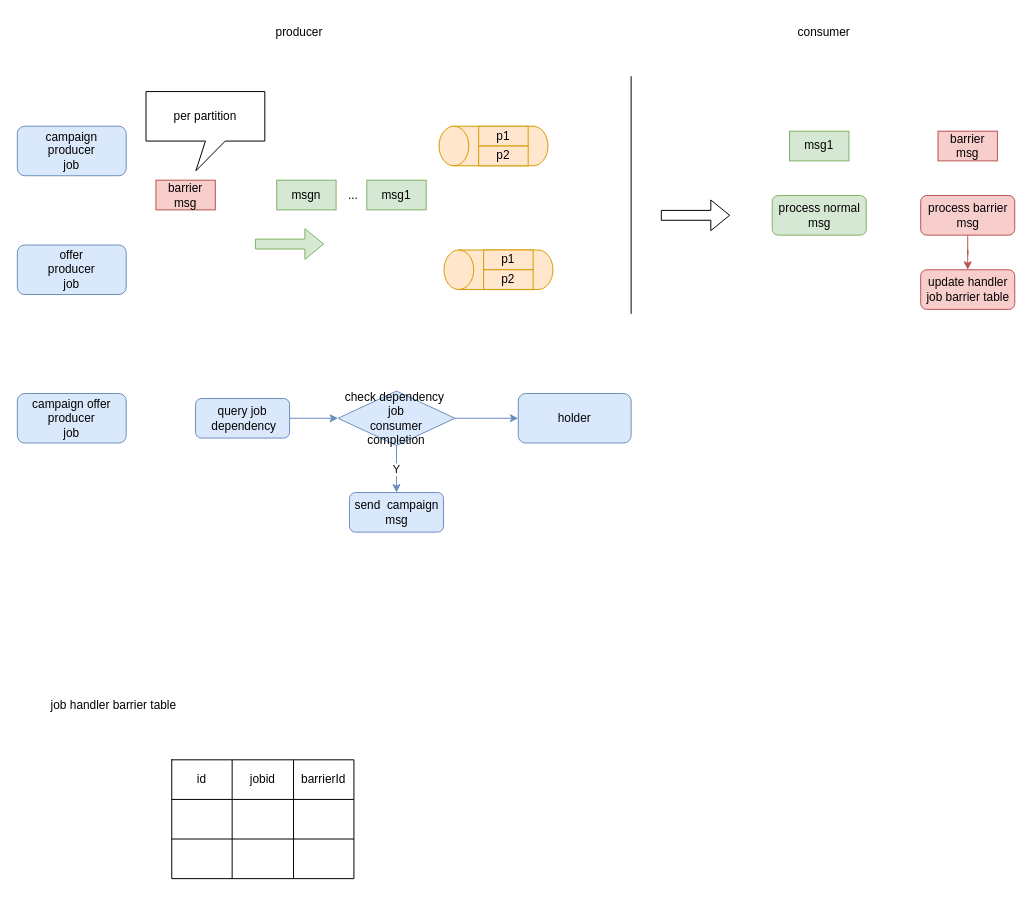
Before: techlab/handler dependency.drawio in qiufang1314/drawio, a draw.io diagram. Source tidied: cells renumbered, new cells numbered last; positions are measured from the earlier drawing's top-left corner, leaving out a move shared by most shapes. Both pictures are drawn from the tidied source at 99%, with x=0, y=0 at pixel (17, 17).
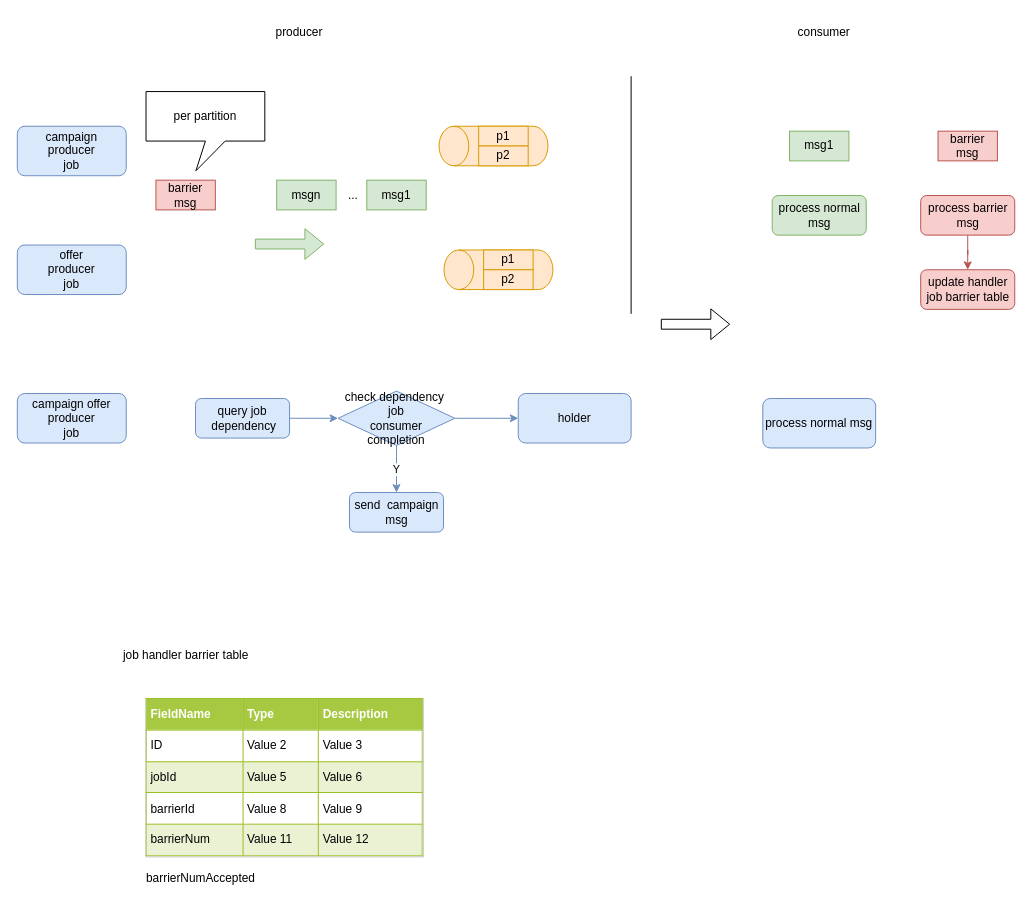
The same page after the edit.

The edit, as a diff of the source:
```diff
@@
     <mxCell id="19" style="shape=flexArrow;endArrow=classic;html=1;rounded=0;" parent="1" edge="1">
       <mxGeometry relative="1" as="geometry">
-        <mxPoint x="650" y="200" as="sourcePoint" />
-        <mxPoint x="720" y="200" as="targetPoint" />
+        <mxPoint x="650" y="310" as="sourcePoint" />
+        <mxPoint x="720" y="310" as="targetPoint" />
       </mxGeometry>
     </mxCell>
@@
     <mxCell id="34" value="job handler barrier table" style="text;html=1;strokeColor=none;fillColor=none;align=center;verticalAlign=middle;whiteSpace=wrap;rounded=0;" parent="1" vertex="1">
-      <mxGeometry x="25" y="680" width="145" height="30" as="geometry" />
+      <mxGeometry x="97.5" y="630" width="145" height="30" as="geometry" />
     </mxCell>
-    <mxCell id="35" style="shape=table;html=1;whiteSpace=wrap;startSize=0;childLayout=tableLayout;" parent="1" vertex="1">
-      <mxGeometry x="156" y="750" width="184" height="120" as="geometry" />
-    </mxCell>
-    <mxCell id="36" style="shape=tableRow;horizontal=0;startSize=0;swimlaneHead=0;swimlaneBody=0;top=0;left=0;bottom=0;right=0;fillColor=none;" parent="35" vertex="1">
-      <mxGeometry width="184" height="40" as="geometry" />
-    </mxCell>
-    <mxCell id="37" value="id" style="shape=partialRectangle;html=1;whiteSpace=wrap;fillColor=none;top=0;left=0;bottom=0;right=0;overflow=hidden;" parent="36" vertex="1">
-      <mxGeometry width="61" height="40" as="geometry" />
-    </mxCell>
-    <mxCell id="38" value="jobid" style="shape=partialRectangle;html=1;whiteSpace=wrap;fillColor=none;top=0;left=0;bottom=0;right=0;overflow=hidden;" parent="36" vertex="1">
-      <mxGeometry x="61" width="62" height="40" as="geometry" />
-    </mxCell>
-    <mxCell id="39" value="barrierId" style="shape=partialRectangle;html=1;whiteSpace=wrap;fillColor=none;top=0;left=0;bottom=0;right=0;overflow=hidden;" parent="36" vertex="1">
-      <mxGeometry x="123" width="61" height="40" as="geometry" />
-    </mxCell>
-    <mxCell id="40" style="shape=tableRow;horizontal=0;startSize=0;swimlaneHead=0;swimlaneBody=0;top=0;left=0;bottom=0;right=0;fillColor=none;" parent="35" vertex="1">
-      <mxGeometry y="40" width="184" height="40" as="geometry" />
-    </mxCell>
-    <mxCell id="41" style="shape=partialRectangle;html=1;whiteSpace=wrap;fillColor=none;top=0;left=0;bottom=0;right=0;overflow=hidden;" parent="40" vertex="1">
-      <mxGeometry width="61" height="40" as="geometry" />
-    </mxCell>
-    <mxCell id="42" style="shape=partialRectangle;html=1;whiteSpace=wrap;fillColor=none;top=0;left=0;bottom=0;right=0;overflow=hidden;" parent="40" vertex="1">
-      <mxGeometry x="61" width="62" height="40" as="geometry" />
-    </mxCell>
-    <mxCell id="43" style="shape=partialRectangle;html=1;whiteSpace=wrap;fillColor=none;top=0;left=0;bottom=0;right=0;overflow=hidden;" parent="40" vertex="1">
-      <mxGeometry x="123" width="61" height="40" as="geometry" />
-    </mxCell>
-    <mxCell id="44" style="shape=tableRow;horizontal=0;startSize=0;swimlaneHead=0;swimlaneBody=0;top=0;left=0;bottom=0;right=0;fillColor=none;" parent="35" vertex="1">
-      <mxGeometry y="80" width="184" height="40" as="geometry" />
-    </mxCell>
-    <mxCell id="45" style="shape=partialRectangle;html=1;whiteSpace=wrap;fillColor=none;top=0;left=0;bottom=0;right=0;overflow=hidden;" parent="44" vertex="1">
-      <mxGeometry width="61" height="40" as="geometry" />
-    </mxCell>
-    <mxCell id="46" style="shape=partialRectangle;html=1;whiteSpace=wrap;fillColor=none;top=0;left=0;bottom=0;right=0;overflow=hidden;" parent="44" vertex="1">
-      <mxGeometry x="61" width="62" height="40" as="geometry" />
-    </mxCell>
-    <mxCell id="47" style="shape=partialRectangle;html=1;whiteSpace=wrap;fillColor=none;top=0;left=0;bottom=0;right=0;overflow=hidden;" parent="44" vertex="1">
-      <mxGeometry x="123" width="61" height="40" as="geometry" />
-    </mxCell>
+    <mxCell id="48" value="&lt;table border=&quot;1&quot; width=&quot;100%&quot; height=&quot;100%&quot; cellpadding=&quot;4&quot; style=&quot;width:100%;height:100%;border-collapse:collapse;&quot;&gt;&lt;tbody&gt;&lt;tr style=&quot;background-color:#A7C942;color:#ffffff;border:1px solid #98bf21;&quot;&gt;&lt;th align=&quot;left&quot;&gt;FieldName&lt;/th&gt;&lt;th align=&quot;left&quot;&gt;Type&lt;/th&gt;&lt;th align=&quot;left&quot;&gt;Description&lt;/th&gt;&lt;/tr&gt;&lt;tr style=&quot;border:1px solid #98bf21;&quot;&gt;&lt;td&gt;ID&lt;/td&gt;&lt;td&gt;Value 2&lt;/td&gt;&lt;td&gt;Value 3&lt;/td&gt;&lt;/tr&gt;&lt;tr style=&quot;background-color:#EAF2D3;border:1px solid #98bf21;&quot;&gt;&lt;td&gt;jobId&lt;/td&gt;&lt;td&gt;Value 5&lt;/td&gt;&lt;td&gt;Value 6&lt;/td&gt;&lt;/tr&gt;&lt;tr style=&quot;border:1px solid #98bf21;&quot;&gt;&lt;td&gt;barrierId&lt;/td&gt;&lt;td&gt;Value 8&lt;/td&gt;&lt;td&gt;Value 9&lt;/td&gt;&lt;/tr&gt;&lt;tr style=&quot;background-color:#EAF2D3;border:1px solid #98bf21;&quot;&gt;&lt;td&gt;barrierNum&lt;/td&gt;&lt;td&gt;Value 11&lt;/td&gt;&lt;td&gt;Value 12&lt;/td&gt;&lt;/tr&gt;&lt;/tbody&gt;&lt;/table&gt;" style="text;html=1;strokeColor=#c0c0c0;fillColor=#ffffff;overflow=fill;rounded=0;absoluteArcSize=0;" parent="1" vertex="1">
+      <mxGeometry x="130" y="688" width="280" height="160" as="geometry" />
+    </mxCell>
+    <mxCell id="49" value="barrierNumAccepted" style="text;html=1;align=center;verticalAlign=middle;strokeColor=none;fillColor=none;" parent="1" vertex="1">
+      <mxGeometry x="120" y="860" width="130" height="20" as="geometry" />
+    </mxCell>
+    <mxCell id="50" value="process normal msg" style="rounded=1;whiteSpace=wrap;html=1;fillColor=#dae8fc;strokeColor=#6c8ebf;" parent="1" vertex="1">
+      <mxGeometry x="753" y="385" width="114" height="50" as="geometry" />
+    </mxCell>
```
